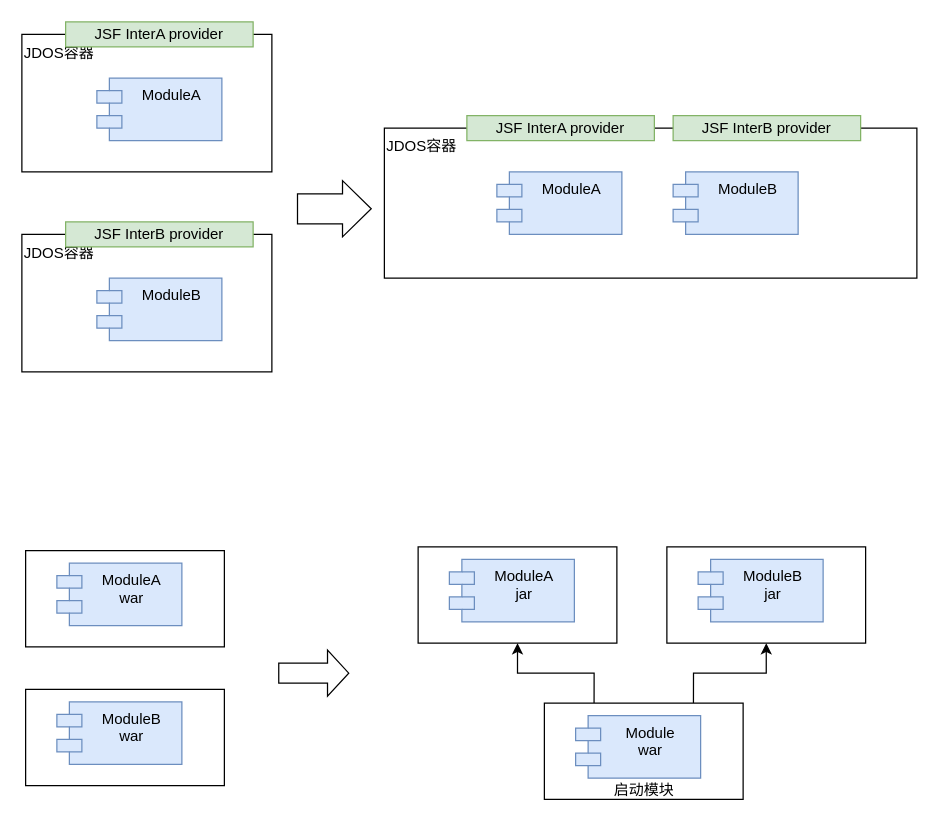
BlankKelly/diagrams keeps this draw.io diagram as 多召回模块合并部署.drawio. Above is the earlier version. Source tidied: cells renumbered, new cells numbered last; positions are measured from the earlier drawing's top-left corner, leaving out a move shared by most shapes. Both pictures are drawn from the tidied source at 125%, with x=0, y=0 at pixel (21, 21).
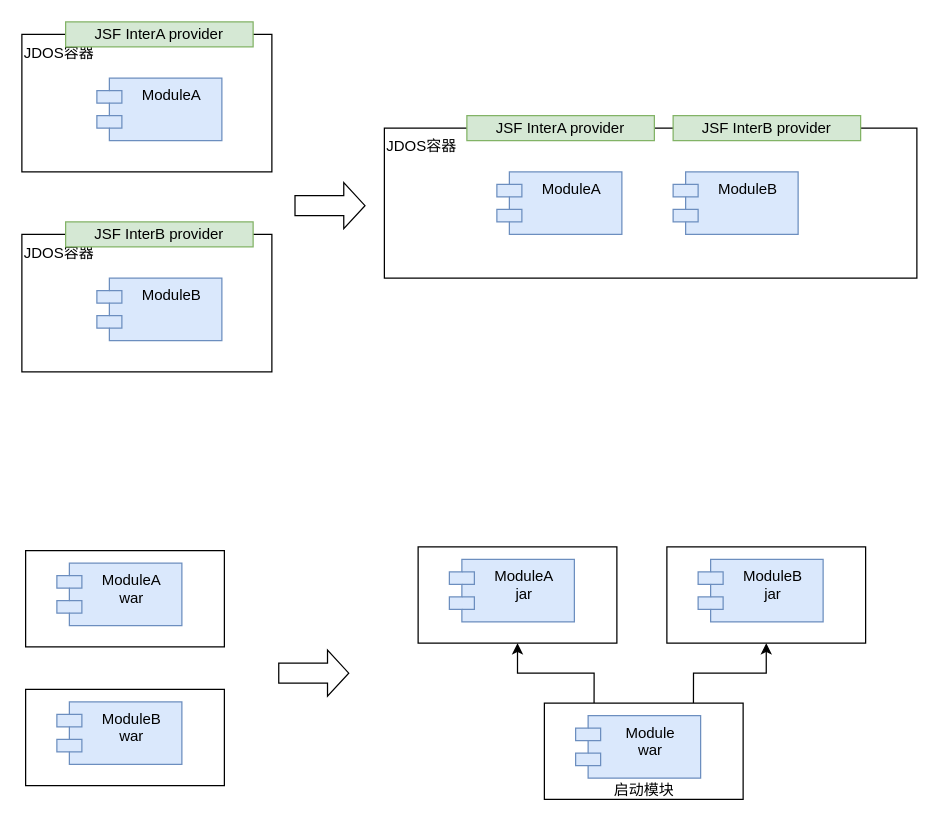
The same page after the edit.

Commit message:
更新多召回模块合并部署.drawio

Diff of the diagram source:
```diff
@@
-    <mxCell id="16" style="shape=flexArrow;endArrow=classic;html=1;rounded=0;width=24;endSize=7.33;" parent="1" edge="1">
-      <mxGeometry y="30" relative="1" as="geometry">
-        <mxPoint x="220" y="149.5" as="sourcePoint" />
-        <mxPoint x="280" y="149.5" as="targetPoint" />
-      </mxGeometry>
-    </mxCell>
@@
+    <mxCell id="31" style="shape=flexArrow;endArrow=classic;html=1;rounded=0;width=16;endSize=5.33;" parent="1" edge="1">
+      <mxGeometry relative="1" as="geometry">
+        <mxPoint x="218" y="147" as="sourcePoint" />
+        <mxPoint x="275" y="147" as="targetPoint" />
+      </mxGeometry>
+    </mxCell>
```
